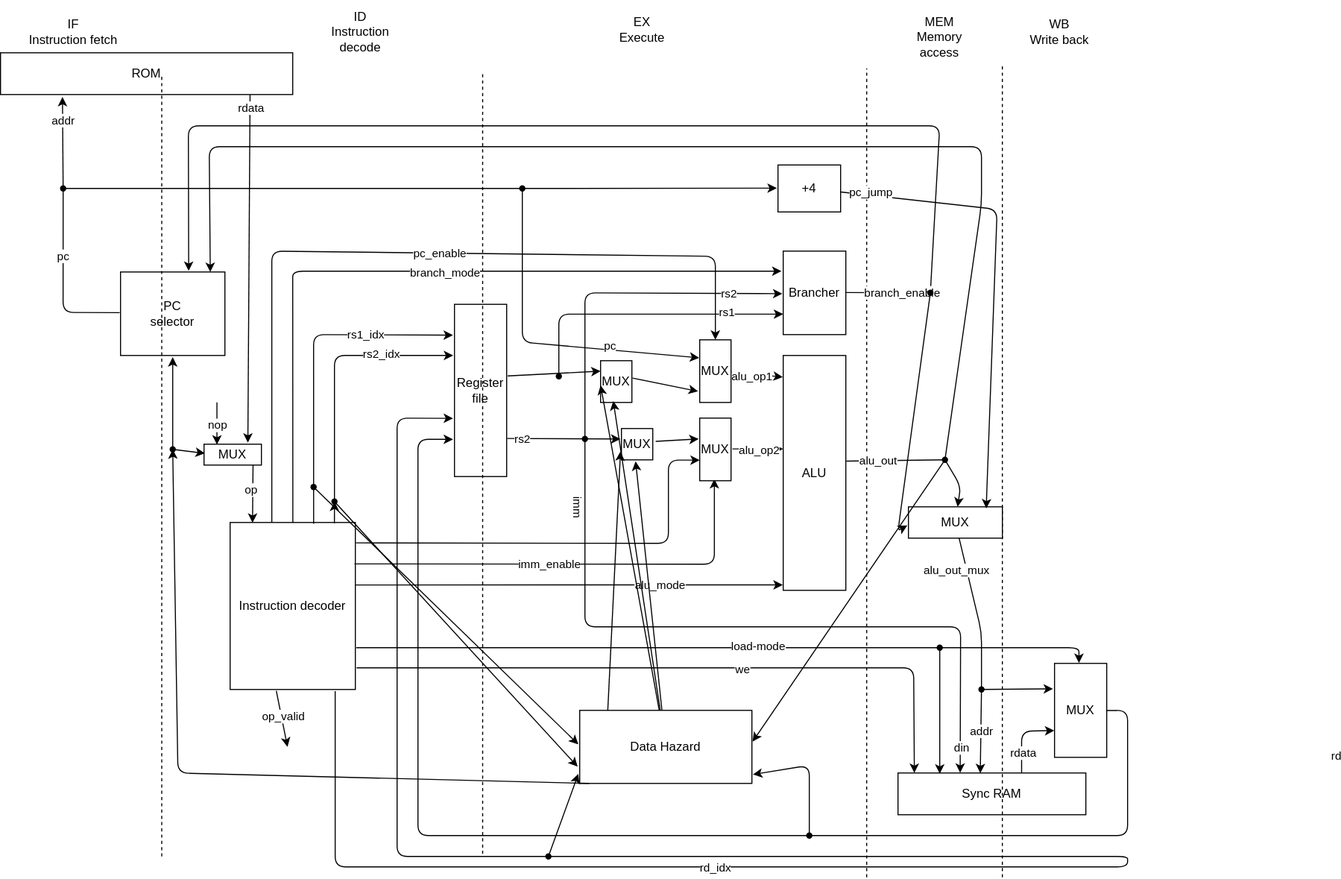
Before: doc/diagram.drawio.svg, a diagram exported from draw.io (ncotti/riscotti-v). Source tidied: cells renumbered, new cells last; positions are measured from the earlier drawing's top-left corner, leaving out a move shared by most shapes.
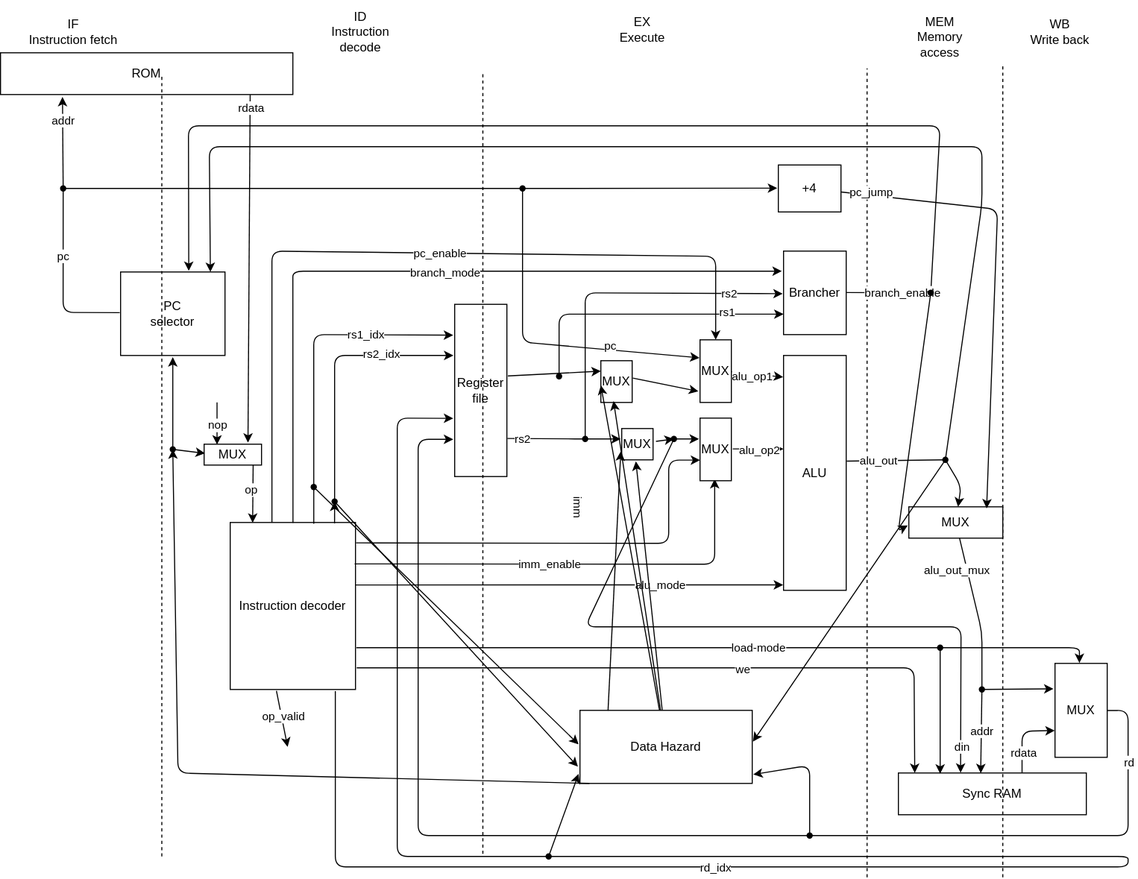
After the commit.

What changed in the source:
```diff
@@ -70,7 +70,7 @@
     <mxCell id="17" value="&lt;div&gt;Sync RAM&lt;/div&gt;" style="rounded=0;whiteSpace=wrap;html=1;" parent="1" vertex="1">
       <mxGeometry x="860" y="740" width="180" height="40" as="geometry" />
     </mxCell>
-    <mxCell id="18" style="endArrow=classic;html=1;exitX=1.093;exitY=0.409;exitDx=0;exitDy=0;exitPerimeter=0;entryX=-0.034;entryY=0.333;entryDx=0;entryDy=0;entryPerimeter=0;" parent="1" edge="1" source="104" target="41">
+    <mxCell id="18" style="endArrow=classic;html=1;exitDx=0;exitDy=0;exitPerimeter=0;entryX=-0.034;entryY=0.333;entryDx=0;entryDy=0;entryPerimeter=0;" parent="1" edge="1" source="129" target="41">
       <mxGeometry relative="1" as="geometry" />
     </mxCell>
     <mxCell id="19" style="endArrow=none;dashed=1;html=1;" parent="1" edge="1">
@@ -229,8 +229,9 @@
         </Array>
       </mxGeometry>
     </mxCell>
-    <mxCell id="49" style="edgeStyle=none;html=1;entryX=0.331;entryY=-0.006;entryDx=0;entryDy=0;entryPerimeter=0;exitX=0.4;exitY=0.7;exitDx=0;exitDy=0;exitPerimeter=0;" parent="1" edge="1" source="61" target="17">
-      <mxGeometry x="-0.04" relative="1" as="geometry">
+    <mxCell id="49" style="edgeStyle=none;html=1;entryX=0.331;entryY=-0.006;entryDx=0;entryDy=0;entryPerimeter=0;" parent="1" edge="1" target="17">
+      <mxGeometry x="-0.01" relative="1" as="geometry">
+        <mxPoint x="645" y="420" as="sourcePoint" />
         <Array as="points">
           <mxPoint x="560" y="600" />
           <mxPoint x="920" y="600" />
@@ -463,7 +464,7 @@
     </mxCell>
     <mxCell id="98" value="rd" style="edgeLabel;html=1;align=center;verticalAlign=middle;" parent="97" vertex="1">
       <mxGeometry x="-0.45" y="-1" relative="1" as="geometry">
-        <mxPoint x="200" y="-59" as="offset" />
+        <mxPoint x="1" y="-53" as="offset" />
       </mxGeometry>
     </mxCell>
     <mxCell id="99" style="shape=waypoint;sketch=0;fillStyle=solid;size=6;points=[];fillColor=none;perimeter=centerPerimeter;snapToPoint=1;" parent="1" vertex="1">
@@ -480,10 +481,14 @@
       <mxGeometry relative="1" as="geometry" />
     </mxCell>
     <mxCell id="102" style="endArrow=classic;html=1;exitX=1.01;exitY=0.779;exitDx=0;exitDy=0;exitPerimeter=0;entryX=-0.034;entryY=0.333;entryDx=0;entryDy=0;entryPerimeter=0;" parent="1" edge="1" source="3" target="104">
-      <mxGeometry relative="1" as="geometry" />
+      <mxGeometry relative="1" as="geometry">
+        <Array as="points">
+          <mxPoint x="560" y="420" />
+        </Array>
+      </mxGeometry>
     </mxCell>
     <mxCell id="103" value="rs2" style="edgeLabel;html=1;align=center;verticalAlign=middle;" parent="102" vertex="1">
-      <mxGeometry x="-0.18" y="2" relative="1" as="geometry">
+      <mxGeometry x="-0.17" y="2" relative="1" as="geometry">
         <mxPoint x="-31" y="2" as="offset" />
       </mxGeometry>
     </mxCell>
@@ -570,5 +575,11 @@
     <mxCell id="127" style="edgeStyle=none;html=1;entryX=0.015;entryY=0.44;entryDx=0;entryDy=0;entryPerimeter=0;" parent="1" edge="1" source="126" target="123">
       <mxGeometry relative="1" as="geometry" />
     </mxCell>
+    <mxCell id="128" style="endArrow=classic;html=1;exitX=1.093;exitY=0.409;exitDx=0;exitDy=0;exitPerimeter=0;entryDx=0;entryDy=0;entryPerimeter=0;" parent="1" edge="1" source="104" target="129">
+      <mxGeometry relative="1" as="geometry" />
+    </mxCell>
+    <mxCell id="129" style="shape=waypoint;sketch=0;fillStyle=solid;size=6;points=[];fillColor=none;perimeter=centerPerimeter;snapToPoint=1;" parent="1" vertex="1">
+      <mxGeometry x="635" y="410" width="20" height="20" as="geometry" />
+    </mxCell>
   </root>
 </mxGraphModel>
```
